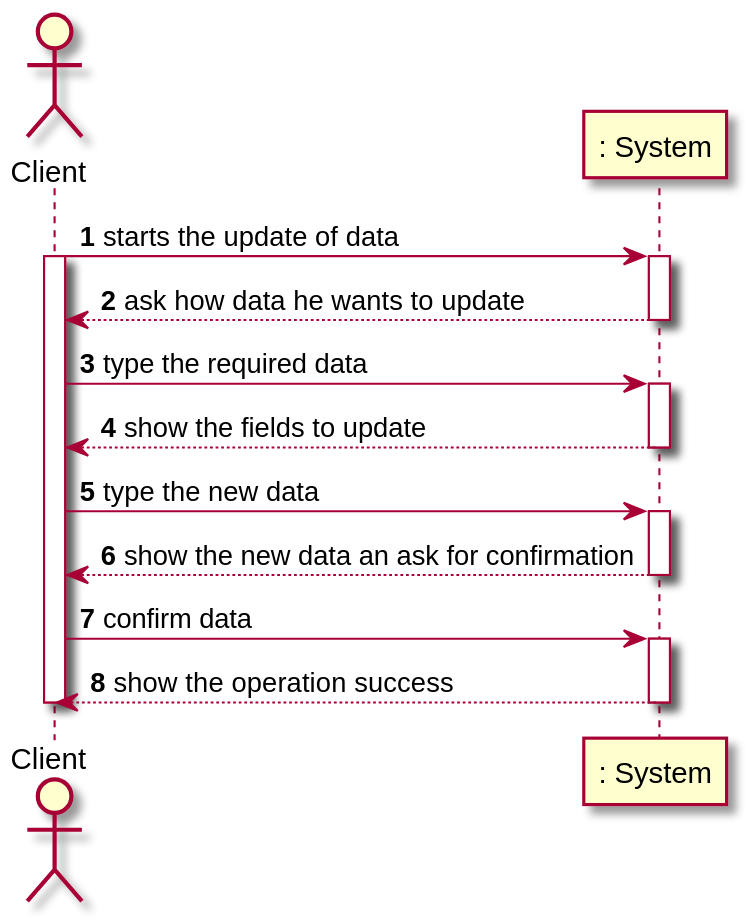
Earlier version of the PlantUML export docs/SprintD/US02/US02_SSD.svg (manu-07-ela/LAPR2_ISEP).
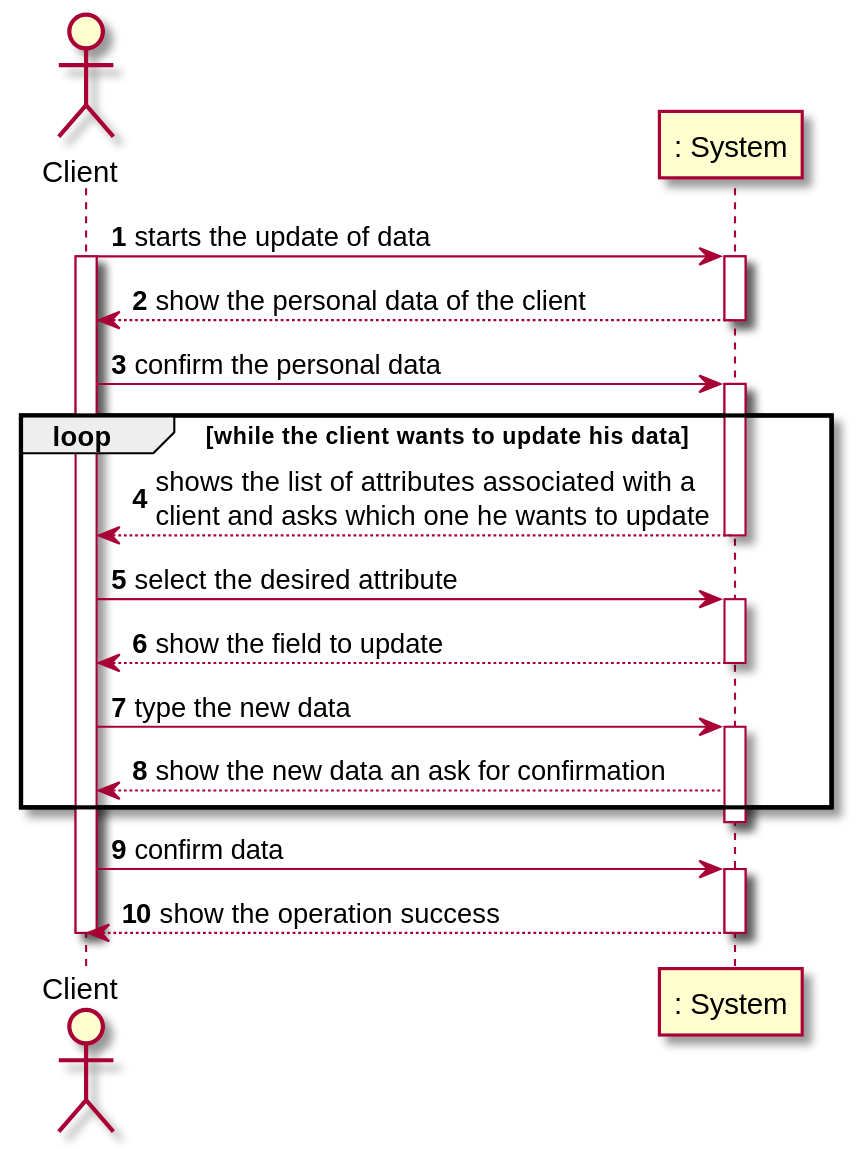
The same diagram one commit later.

What changed in the source:
```diff
@@ -7,16 +7,21 @@
 CLIENT->SYSTEM : starts the update of data
 activate CLIENT
 activate SYSTEM
-SYSTEM-->CLIENT : ask how data he wants to update
+SYSTEM-->CLIENT : show the personal data of the client
 deactivate SYSTEM
-
-CLIENT->SYSTEM : type the required data
+CLIENT->SYSTEM : confirm the personal data
 activate SYSTEM
-SYSTEM-->CLIENT : show the fields to update
+loop while the client wants to update his data
+SYSTEM-->CLIENT : shows the list of attributes associated with a \nclient and asks which one he wants to update
+deactivate SYSTEM
+CLIENT->SYSTEM : select the desired attribute
+activate SYSTEM
+SYSTEM-->CLIENT : show the field to update
 deactivate SYSTEM
 CLIENT->SYSTEM : type the new data
 activate SYSTEM
 SYSTEM-->CLIENT : show the new data an ask for confirmation
+end loop
 deactivate SYSTEM
 CLIENT->SYSTEM: confirm data
 activate SYSTEM
```
